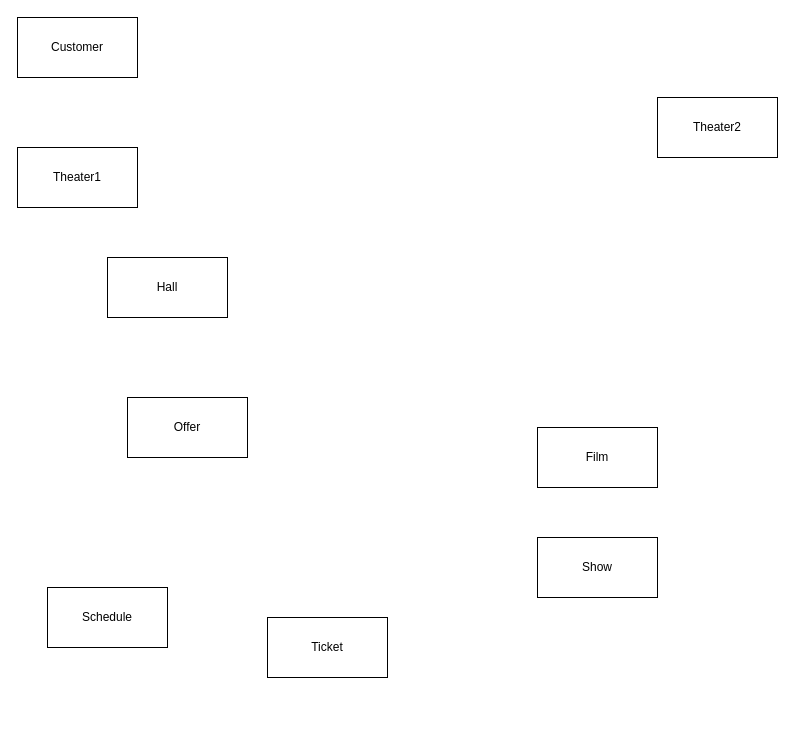
Above: description/logic.drawio in pointuseless/kinocms (draw.io), before the change. Source tidied: cells renumbered, new cells numbered last; positions are measured from the earlier drawing's top-left corner, leaving out a move shared by most shapes. Both pictures are drawn from the tidied source at 100%, with x=0, y=0 at pixel (17, 17).
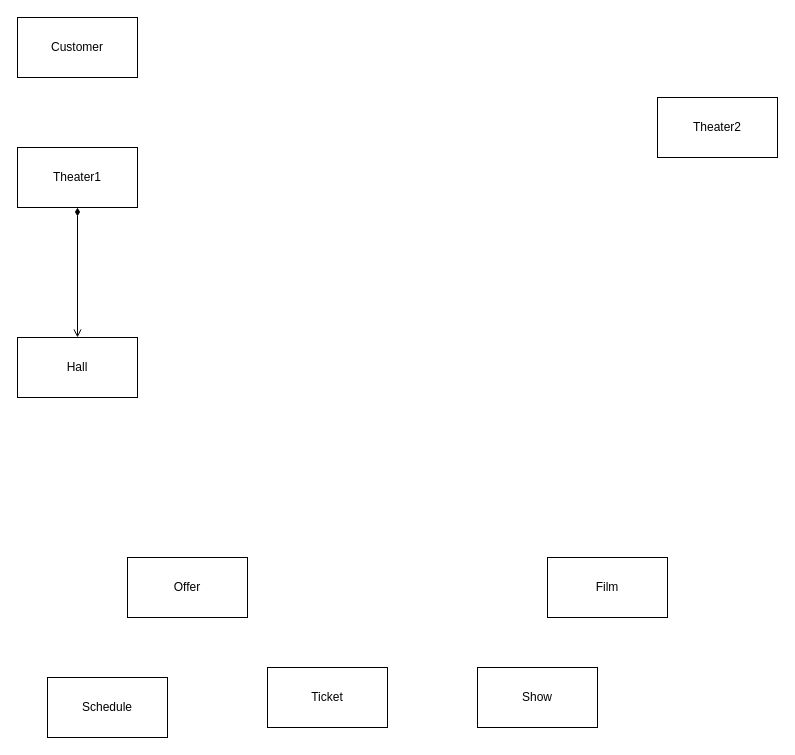
The same diagram, later.

The edit, as a diff of the source:
```diff
@@
 <mxGraphModel>
   <root>
     <mxCell id="0" />
     <mxCell id="1" parent="0" />
     <mxCell id="2" value="Customer" style="rounded=0;whiteSpace=wrap;html=1;" parent="1" vertex="1">
       <mxGeometry width="120" height="60" as="geometry" />
     </mxCell>
     <mxCell id="3" value="Hall" style="rounded=0;whiteSpace=wrap;html=1;" parent="1" vertex="1">
-      <mxGeometry x="90" y="240" width="120" height="60" as="geometry" />
+      <mxGeometry y="320" width="120" height="60" as="geometry" />
     </mxCell>
     <mxCell id="4" value="Schedule" style="rounded=0;whiteSpace=wrap;html=1;" parent="1" vertex="1">
-      <mxGeometry x="30" y="570" width="120" height="60" as="geometry" />
+      <mxGeometry x="30" y="660" width="120" height="60" as="geometry" />
     </mxCell>
     <mxCell id="5" value="Ticket" style="rounded=0;whiteSpace=wrap;html=1;" parent="1" vertex="1">
-      <mxGeometry x="250" y="600" width="120" height="60" as="geometry" />
+      <mxGeometry x="250" y="650" width="120" height="60" as="geometry" />
     </mxCell>
+    <mxCell id="11" style="edgeStyle=orthogonalEdgeStyle;rounded=0;jettySize=auto;html=1;exitX=0.5;exitY=1;exitDx=0;exitDy=0;entryX=0.5;entryY=0;entryDx=0;entryDy=0;startArrow=diamondThin;startFill=1;endArrow=open;endFill=0;" parent="1" edge="1" source="6" target="3">
+      <mxGeometry relative="1" as="geometry" />
+    </mxCell>
     <mxCell id="6" value="Theater1" style="rounded=0;whiteSpace=wrap;html=1;" parent="1" vertex="1">
       <mxGeometry y="130" width="120" height="60" as="geometry" />
     </mxCell>
     <mxCell id="7" value="Show" style="rounded=0;whiteSpace=wrap;html=1;" parent="1" vertex="1">
-      <mxGeometry x="520" y="520" width="120" height="60" as="geometry" />
+      <mxGeometry x="460" y="650" width="120" height="60" as="geometry" />
     </mxCell>
     <mxCell id="8" value="Film" style="rounded=0;whiteSpace=wrap;html=1;" parent="1" vertex="1">
-      <mxGeometry x="520" y="410" width="120" height="60" as="geometry" />
+      <mxGeometry x="530" y="540" width="120" height="60" as="geometry" />
     </mxCell>
     <mxCell id="9" value="Offer" style="rounded=0;whiteSpace=wrap;html=1;" parent="1" vertex="1">
-      <mxGeometry x="110" y="380" width="120" height="60" as="geometry" />
+      <mxGeometry x="110" y="540" width="120" height="60" as="geometry" />
     </mxCell>
     <mxCell id="10" value="Theater2" style="whiteSpace=wrap;html=1;" parent="1" vertex="1">
       <mxGeometry x="640" y="80" width="120" height="60" as="geometry" />
     </mxCell>
   </root>
 </mxGraphModel>
```
